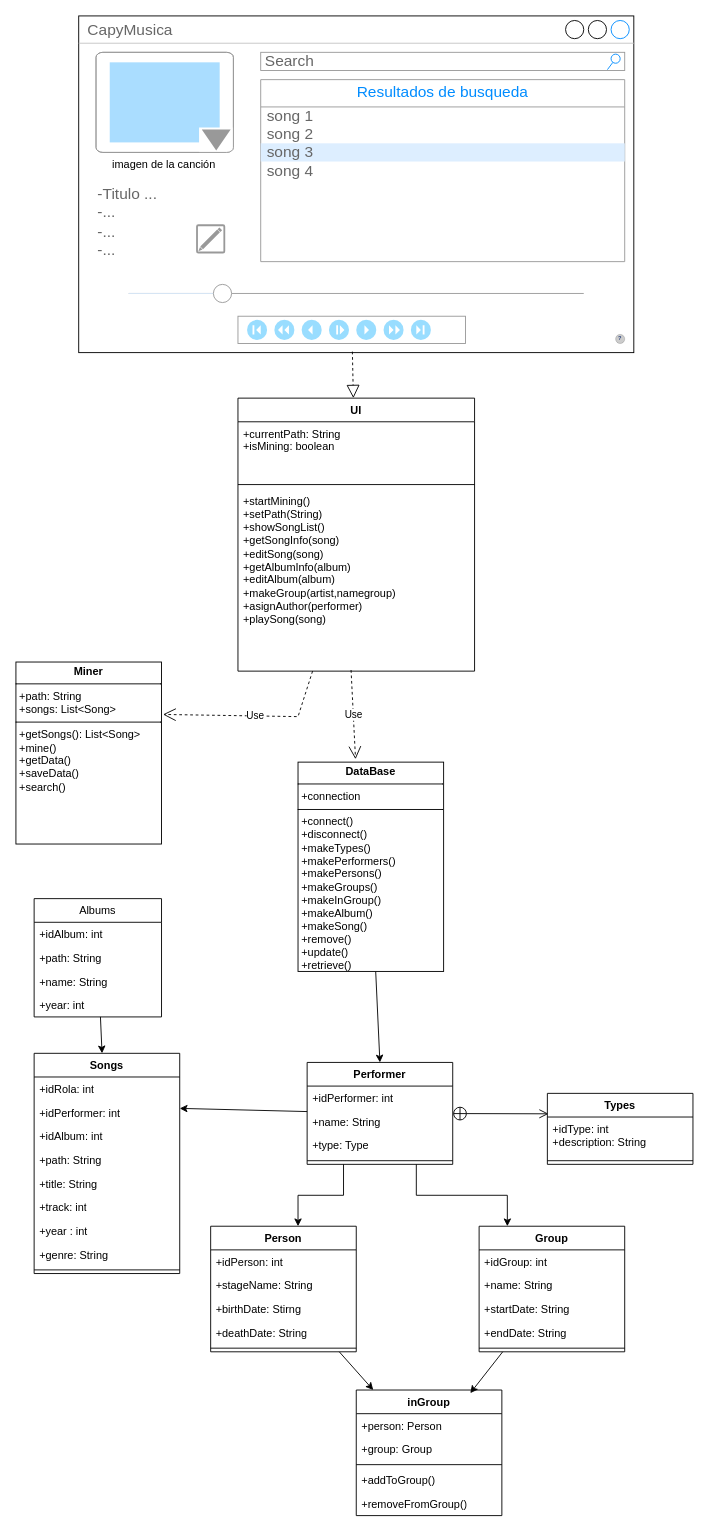
Above: ReproductorMusical.drawio in Danna-Olivos/ReproductorMusical (draw.io), before the change. Source tidied: cells renumbered, new cells numbered last; positions are measured from the earlier drawing's top-left corner, leaving out a move shared by most shapes. Both pictures are drawn from the tidied source at 91%, with x=0, y=0 at pixel (15, 15).
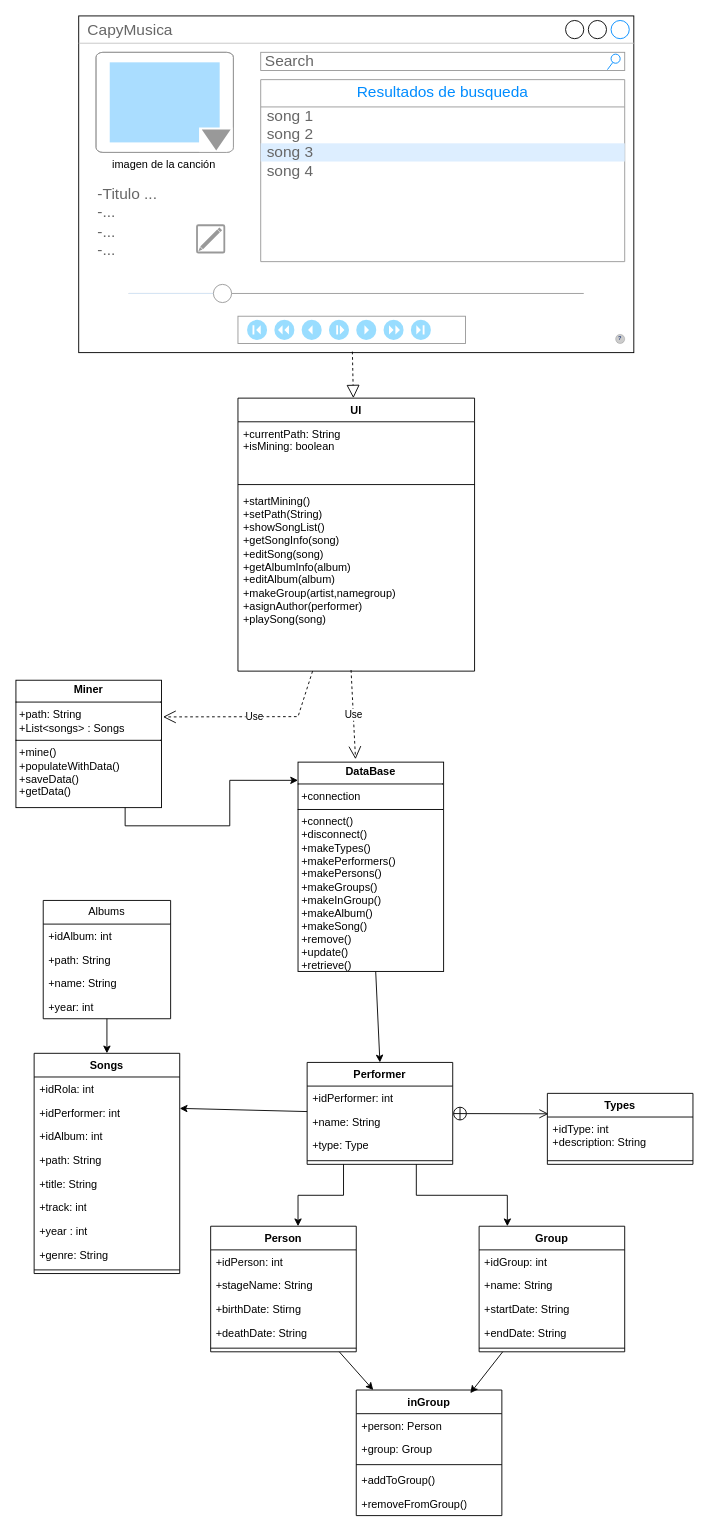
The same page after the edit.

Unchanged cells that the change refers to:
```xml
<mxCell id="23" value="&lt;p style=&quot;margin:0px;margin-top:4px;text-align:center;&quot;&gt;&lt;b&gt;DataBase&lt;/b&gt;&lt;/p&gt;&lt;hr size=&quot;1&quot; style=&quot;border-style:solid;&quot;&gt;&lt;p style=&quot;margin:0px;margin-left:4px;&quot;&gt;+connection&lt;/p&gt;&lt;hr size=&quot;1&quot; style=&quot;border-style:solid;&quot;&gt;&lt;p style=&quot;margin:0px;margin-left:4px;&quot;&gt;+connect()&lt;/p&gt;&lt;p style=&quot;margin:0px;margin-left:4px;&quot;&gt;+disconnect()&lt;/p&gt;&lt;p style=&quot;margin:0px;margin-left:4px;&quot;&gt;+makeTypes()&lt;/p&gt;&lt;p style=&quot;margin:0px;margin-left:4px;&quot;&gt;+makePerformers()&lt;/p&gt;&lt;p style=&quot;margin:0px;margin-left:4px;&quot;&gt;+makePersons()&lt;/p&gt;&lt;p style=&quot;margin:0px;margin-left:4px;&quot;&gt;+makeGroups()&lt;/p&gt;&lt;p style=&quot;margin:0px;margin-left:4px;&quot;&gt;+makeInGroup()&lt;/p&gt;&lt;p style=&quot;margin:0px;margin-left:4px;&quot;&gt;+makeAlbum()&lt;/p&gt;&lt;p style=&quot;margin:0px;margin-left:4px;&quot;&gt;+makeSong()&lt;/p&gt;&lt;p style=&quot;margin:0px;margin-left:4px;&quot;&gt;+remove()&lt;/p&gt;&lt;p style=&quot;margin:0px;margin-left:4px;&quot;&gt;+update()&lt;/p&gt;&lt;p style=&quot;margin:0px;margin-left:4px;&quot;&gt;+retrieve()&lt;/p&gt;&lt;p style=&quot;margin:0px;margin-left:4px;&quot;&gt;&lt;br&gt;&lt;/p&gt;&lt;p style=&quot;margin:0px;margin-left:4px;&quot;&gt;&lt;br&gt;&lt;/p&gt;&lt;p style=&quot;margin:0px;margin-left:4px;&quot;&gt;&lt;br&gt;&lt;/p&gt;" style="verticalAlign=top;align=left;overflow=fill;html=1;whiteSpace=wrap;" parent="1" vertex="1">
  <mxGeometry x="310" y="820" width="160" height="230" as="geometry" />
</mxCell>
```

Diff of the diagram source:
```diff
@@
-    <mxCell id="21" value="&lt;p style=&quot;margin:0px;margin-top:4px;text-align:center;&quot;&gt;&lt;b&gt;Miner&lt;/b&gt;&lt;/p&gt;&lt;hr size=&quot;1&quot; style=&quot;border-style:solid;&quot;&gt;&lt;p style=&quot;margin:0px;margin-left:4px;&quot;&gt;+path: String&lt;/p&gt;&lt;p style=&quot;margin:0px;margin-left:4px;&quot;&gt;&lt;span style=&quot;background-color: initial;&quot;&gt;+songs: List&amp;lt;Song&amp;gt;&lt;/span&gt;&lt;br&gt;&lt;/p&gt;&lt;hr size=&quot;1&quot; style=&quot;border-style:solid;&quot;&gt;&lt;p style=&quot;margin:0px;margin-left:4px;&quot;&gt;+getSongs(): List&amp;lt;Song&amp;gt;&lt;/p&gt;&lt;p style=&quot;margin:0px;margin-left:4px;&quot;&gt;+mine()&amp;nbsp;&lt;/p&gt;&lt;p style=&quot;margin:0px;margin-left:4px;&quot;&gt;+getData()&lt;/p&gt;&lt;p style=&quot;margin:0px;margin-left:4px;&quot;&gt;+saveData()&lt;/p&gt;&lt;p style=&quot;margin:0px;margin-left:4px;&quot;&gt;+search()&lt;/p&gt;" style="verticalAlign=top;align=left;overflow=fill;html=1;whiteSpace=wrap;" parent="1" vertex="1">
-      <mxGeometry y="710" width="160" height="200" as="geometry" />
+    <mxCell id="21" value="&lt;p style=&quot;margin:0px;margin-top:4px;text-align:center;&quot;&gt;&lt;b&gt;Miner&lt;/b&gt;&lt;/p&gt;&lt;hr size=&quot;1&quot; style=&quot;border-style:solid;&quot;&gt;&lt;p style=&quot;margin:0px;margin-left:4px;&quot;&gt;+path: String&lt;/p&gt;&lt;p style=&quot;margin:0px;margin-left:4px;&quot;&gt;+List&amp;lt;songs&amp;gt; : Songs&lt;/p&gt;&lt;hr size=&quot;1&quot; style=&quot;border-style:solid;&quot;&gt;&lt;p style=&quot;margin:0px;margin-left:4px;&quot;&gt;&lt;span style=&quot;background-color: initial;&quot;&gt;+mine()&amp;nbsp;&lt;/span&gt;&lt;br&gt;&lt;/p&gt;&lt;p style=&quot;margin:0px;margin-left:4px;&quot;&gt;+populateWithData()&lt;/p&gt;&lt;p style=&quot;margin:0px;margin-left:4px;&quot;&gt;+saveData()&lt;/p&gt;&lt;p style=&quot;margin:0px;margin-left:4px;&quot;&gt;+getData()&lt;/p&gt;&lt;p style=&quot;margin:0px;margin-left:4px;&quot;&gt;&lt;br&gt;&lt;/p&gt;" style="verticalAlign=top;align=left;overflow=fill;html=1;whiteSpace=wrap;" parent="1" vertex="1">
+      <mxGeometry y="730" width="160" height="140" as="geometry" />
     </mxCell>
@@
     <mxCell id="67" value="Albums" style="swimlane;fontStyle=0;horizontal=1;startSize=26;fillColor=none;whiteSpace=wrap;html=1;" parent="1" vertex="1">
-      <mxGeometry x="20" y="970" width="140" height="130" as="geometry" />
+      <mxGeometry x="30" y="972" width="140" height="130" as="geometry" />
     </mxCell>
@@
+    <mxCell id="74" style="edgeStyle=orthogonalEdgeStyle;rounded=0;jettySize=auto;html=1;exitX=0.75;exitY=1;exitDx=0;exitDy=0;entryX=0;entryY=0.087;entryDx=0;entryDy=0;entryPerimeter=0;" parent="1" edge="1" source="21" target="23">
+      <mxGeometry relative="1" as="geometry" />
+    </mxCell>
```
